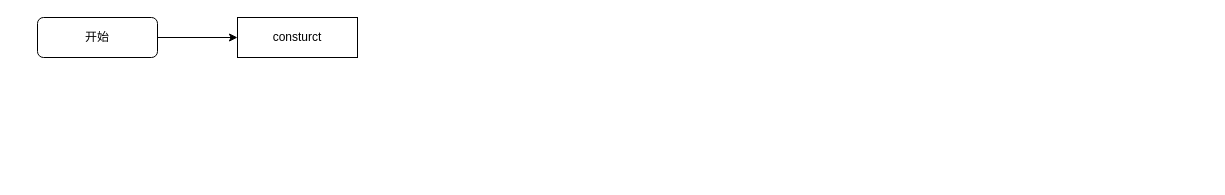
This is 未命名绘图.drawio from qqqqqcy/processon, a draw.io file, before an edit. Source tidied: cells renumbered, new cells numbered last; positions are measured from the earlier drawing's top-left corner, leaving out a move shared by most shapes. Both pictures are drawn from the tidied source at 100%, with x=0, y=0 at pixel (37, 17).
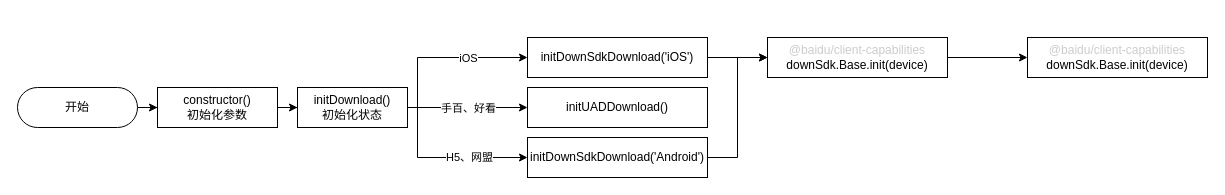
The same diagram, later.

Change to the diagram source:
```diff
@@
-    <mxCell id="3" value="开始" style="rounded=1;whiteSpace=wrap;html=1;" parent="1" vertex="1">
-      <mxGeometry width="120" height="40" as="geometry" />
+    <mxCell id="3" value="开始" style="rounded=1;whiteSpace=wrap;html=1;arcSize=50;" parent="1" vertex="1">
+      <mxGeometry x="-20" y="70" width="120" height="40" as="geometry" />
     </mxCell>
+    <mxCell id="5" style="edgeStyle=orthogonalEdgeStyle;rounded=0;jettySize=auto;html=1;" parent="1" edge="1" source="4" target="12">
+      <mxGeometry relative="1" as="geometry" />
+    </mxCell>
-    <mxCell id="4" value="consturct" style="rounded=1;whiteSpace=wrap;html=1;arcSize=0;" parent="1" vertex="1">
-      <mxGeometry x="200" width="120" height="40" as="geometry" />
+    <mxCell id="4" value="constructor()&lt;br&gt;初始化参数" style="rounded=1;whiteSpace=wrap;html=1;arcSize=0;" parent="1" vertex="1">
+      <mxGeometry x="120" y="70" width="120" height="40" as="geometry" />
     </mxCell>
+    <mxCell id="6" style="edgeStyle=orthogonalEdgeStyle;rounded=0;jettySize=auto;html=1;" parent="1" edge="1" source="12" target="14">
+      <mxGeometry relative="1" as="geometry">
+        <Array as="points">
+          <mxPoint x="380" y="90" />
+          <mxPoint x="380" y="40" />
+        </Array>
+      </mxGeometry>
+    </mxCell>
+    <mxCell id="7" value="iOS" style="edgeLabel;html=1;align=center;verticalAlign=middle;" parent="6" vertex="1">
+      <mxGeometry y="1" relative="1" as="geometry">
+        <mxPoint x="25" y="1" as="offset" />
+      </mxGeometry>
+    </mxCell>
+    <mxCell id="8" style="edgeStyle=orthogonalEdgeStyle;rounded=0;jettySize=auto;html=1;" parent="1" edge="1" source="12" target="15">
+      <mxGeometry relative="1" as="geometry" />
+    </mxCell>
+    <mxCell id="9" value="手百、好看" style="edgeLabel;html=1;align=center;verticalAlign=middle;" parent="8" vertex="1">
+      <mxGeometry x="-0.2" y="-4" relative="1" as="geometry">
+        <mxPoint x="12" y="-4" as="offset" />
+      </mxGeometry>
+    </mxCell>
+    <mxCell id="10" style="edgeStyle=orthogonalEdgeStyle;rounded=0;jettySize=auto;html=1;entryX=0;entryY=0.5;entryDx=0;entryDy=0;" parent="1" edge="1" source="12" target="17">
+      <mxGeometry relative="1" as="geometry">
+        <Array as="points">
+          <mxPoint x="380" y="90" />
+          <mxPoint x="380" y="140" />
+        </Array>
+      </mxGeometry>
+    </mxCell>
+    <mxCell id="11" value="H5、网盟" style="edgeLabel;html=1;align=center;verticalAlign=middle;" parent="10" vertex="1">
+      <mxGeometry x="0.31" y="1" relative="1" as="geometry" />
+    </mxCell>
+    <mxCell id="12" value="initDownload()&lt;br&gt;初始化状态" style="rounded=1;whiteSpace=wrap;html=1;arcSize=0;" parent="1" vertex="1">
+      <mxGeometry x="260" y="70" width="110" height="40" as="geometry" />
+    </mxCell>
+    <mxCell id="13" style="edgeStyle=orthogonalEdgeStyle;rounded=0;jettySize=auto;html=1;" parent="1" edge="1" source="14" target="19">
+      <mxGeometry relative="1" as="geometry" />
+    </mxCell>
+    <mxCell id="14" value="initDownSdkDownload('iOS')" style="whiteSpace=wrap;html=1;rounded=1;arcSize=0;" parent="1" vertex="1">
+      <mxGeometry x="490" y="20" width="180" height="40" as="geometry" />
+    </mxCell>
+    <mxCell id="15" value="initUADDownload()" style="rounded=1;whiteSpace=wrap;html=1;arcSize=0;" parent="1" vertex="1">
+      <mxGeometry x="490" y="70" width="180" height="40" as="geometry" />
+    </mxCell>
+    <mxCell id="16" style="edgeStyle=orthogonalEdgeStyle;rounded=0;jettySize=auto;html=1;entryX=0;entryY=0.5;entryDx=0;entryDy=0;" parent="1" edge="1" source="17" target="19">
+      <mxGeometry relative="1" as="geometry" />
+    </mxCell>
+    <mxCell id="17" value="initDownSdkDownload('Android')" style="rounded=1;whiteSpace=wrap;html=1;arcSize=0;" parent="1" vertex="1">
+      <mxGeometry x="490" y="120" width="180" height="40" as="geometry" />
+    </mxCell>
+    <mxCell id="18" style="edgeStyle=orthogonalEdgeStyle;rounded=0;jettySize=auto;html=1;" parent="1" edge="1" source="19" target="20">
+      <mxGeometry relative="1" as="geometry" />
+    </mxCell>
+    <mxCell id="19" value="&lt;font color=&quot;#cccccc&quot;&gt;@baidu/client-capabilities&lt;br&gt;&lt;/font&gt;downSdk.Base.init(device)" style="whiteSpace=wrap;html=1;rounded=1;arcSize=0;" parent="1" vertex="1">
+      <mxGeometry x="730" y="20" width="180" height="40" as="geometry" />
+    </mxCell>
+    <mxCell id="20" value="&lt;font color=&quot;#cccccc&quot;&gt;@baidu/client-capabilities&lt;br&gt;&lt;/font&gt;downSdk.Base.init(device)" style="whiteSpace=wrap;html=1;rounded=1;arcSize=0;" parent="1" vertex="1">
+      <mxGeometry x="990" y="20" width="180" height="40" as="geometry" />
+    </mxCell>
```
